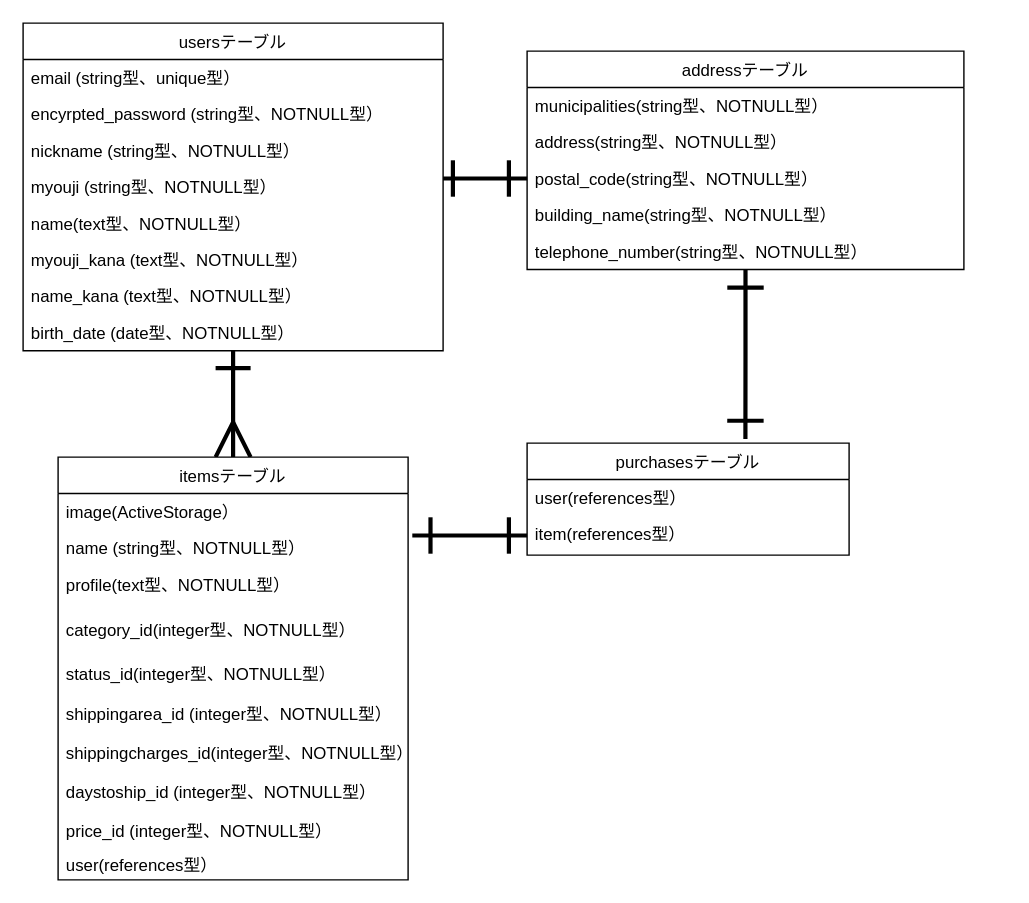
Before: er図.dio in inoue1231/furima-36584, a draw.io diagram. Source tidied: cells renumbered, new cells numbered last; positions are measured from the earlier drawing's top-left corner, leaving out a move shared by most shapes. Both pictures are drawn from the tidied source at 140%, with x=0, y=0 at pixel (22, 22).
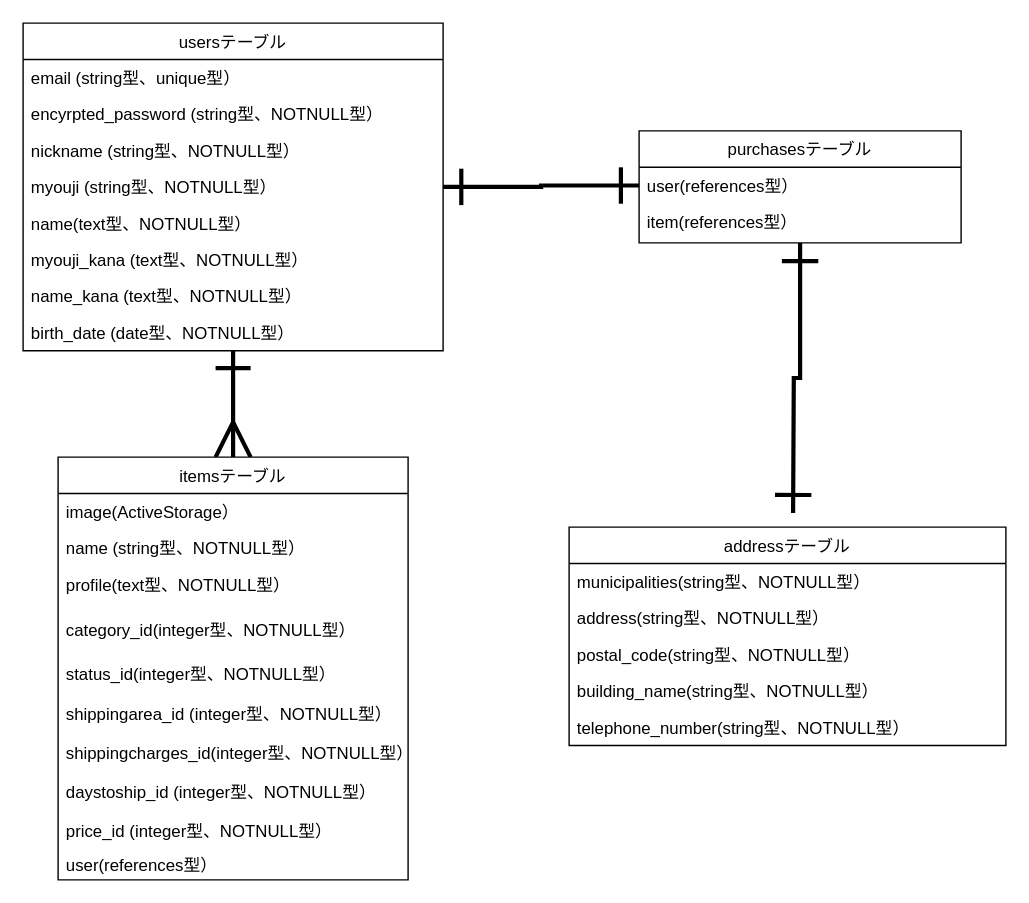
Above is the later version.

Unchanged cells that the change refers to:
```xml
<mxCell id="6" value="myouji (string型、NOTNULL型）" style="text;strokeColor=none;fillColor=none;align=left;verticalAlign=top;spacingLeft=4;spacingRight=4;overflow=hidden;points=[[0,0.5],[1,0.5]];portConstraint=eastwest;" parent="2" vertex="1">
  <mxGeometry y="104" width="300" height="26" as="geometry" />
</mxCell>
<mxCell id="14" value="name (string型、NOTNULL型）" style="text;strokeColor=none;fillColor=none;align=left;verticalAlign=top;spacingLeft=4;spacingRight=4;overflow=hidden;points=[[0,0.5],[1,0.5]];portConstraint=eastwest;" parent="12" vertex="1">
  <mxGeometry y="52" width="250" height="26" as="geometry" />
</mxCell>
<mxCell id="25" value="user(references型）" style="text;strokeColor=none;fillColor=none;align=left;verticalAlign=top;spacingLeft=4;spacingRight=4;overflow=hidden;points=[[0,0.5],[1,0.5]];portConstraint=eastwest;" parent="24" vertex="1">
  <mxGeometry y="26" width="230" height="26" as="geometry" />
</mxCell>
<mxCell id="26" value="item(references型）" style="text;strokeColor=none;fillColor=none;align=left;verticalAlign=top;spacingLeft=4;spacingRight=4;overflow=hidden;points=[[0,0.5],[1,0.5]];portConstraint=eastwest;" parent="24" vertex="1">
  <mxGeometry y="52" width="230" height="28" as="geometry" />
</mxCell>
<mxCell id="31" value="postal_code(string型、NOTNULL型）" style="text;strokeColor=none;fillColor=none;align=left;verticalAlign=top;spacingLeft=4;spacingRight=4;overflow=hidden;points=[[0,0.5],[1,0.5]];portConstraint=eastwest;" parent="28" vertex="1">
  <mxGeometry y="78" width="312" height="26" as="geometry" />
</mxCell>
```

Diff of the diagram source:
```diff
@@
+    <mxCell id="36" style="edgeStyle=orthogonalEdgeStyle;rounded=0;jettySize=auto;html=1;startArrow=ERone;startFill=0;endArrow=ERone;endFill=0;startSize=22;endSize=22;strokeWidth=3;" parent="1" edge="1" source="24">
+      <mxGeometry relative="1" as="geometry">
+        <mxPoint x="550" y="350" as="targetPoint" />
+      </mxGeometry>
+    </mxCell>
     <mxCell id="24" value="purchasesテーブル" style="swimlane;fontStyle=0;horizontal=1;startSize=26;" parent="1" vertex="1">
-      <mxGeometry x="360" y="300" width="230" height="80" as="geometry" />
+      <mxGeometry x="440" y="77" width="230" height="80" as="geometry" />
     </mxCell>
@@
-    <mxCell id="27" style="edgeStyle=orthogonalEdgeStyle;rounded=0;jettySize=auto;html=1;entryX=0.678;entryY=-0.037;entryDx=0;entryDy=0;entryPerimeter=0;startArrow=ERone;startFill=0;endArrow=ERone;endFill=0;startSize=22;endSize=22;strokeWidth=3;" parent="1" edge="1" source="28" target="24">
-      <mxGeometry relative="1" as="geometry" />
-    </mxCell>
     <mxCell id="28" value="addressテーブル" style="swimlane;fontStyle=0;horizontal=1;startSize=26;" parent="1" vertex="1">
-      <mxGeometry x="360" y="20" width="312" height="156" as="geometry" />
+      <mxGeometry x="390" y="360" width="312" height="156" as="geometry" />
     </mxCell>
@@
-    <mxCell id="34" style="edgeStyle=orthogonalEdgeStyle;rounded=0;jettySize=auto;html=1;exitX=0;exitY=0.5;exitDx=0;exitDy=0;startArrow=ERone;startFill=0;endArrow=ERone;endFill=0;startSize=22;endSize=22;strokeWidth=3;" parent="1" edge="1" source="31">
-      <mxGeometry relative="1" as="geometry">
-        <mxPoint x="320" y="111" as="targetPoint" />
-        <Array as="points">
-          <mxPoint x="300" y="111" />
-          <mxPoint x="300" y="111" />
-        </Array>
-      </mxGeometry>
-    </mxCell>
-    <mxCell id="35" style="edgeStyle=orthogonalEdgeStyle;rounded=0;jettySize=auto;html=1;entryX=1.012;entryY=0.154;entryDx=0;entryDy=0;entryPerimeter=0;startArrow=ERone;startFill=0;endArrow=ERone;endFill=0;startSize=22;endSize=22;strokeWidth=3;" parent="1" edge="1" source="26" target="14">
-      <mxGeometry relative="1" as="geometry" />
-    </mxCell>
+    <mxCell id="37" style="edgeStyle=orthogonalEdgeStyle;rounded=0;jettySize=auto;html=1;exitX=1;exitY=0.5;exitDx=0;exitDy=0;entryX=0;entryY=0.5;entryDx=0;entryDy=0;startArrow=ERone;startFill=0;endArrow=ERone;endFill=0;startSize=22;endSize=22;strokeWidth=3;" parent="1" edge="1" source="6" target="25">
+      <mxGeometry relative="1" as="geometry" />
+    </mxCell>
```
